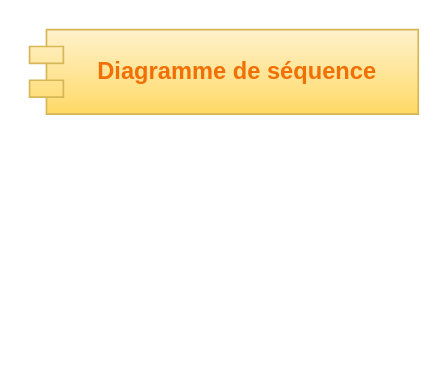
This is doc/Diagramme_de_sequence_02.drawio from MelissaHOA/EXO_Gestion_Ecole, a draw.io file, before an edit. Source tidied: cells renumbered, new cells numbered last; positions are measured from the earlier drawing's top-left corner, leaving out a move shared by most shapes. Both pictures are drawn from the tidied source at 169%, with x=0, y=0 at pixel (29, 29).
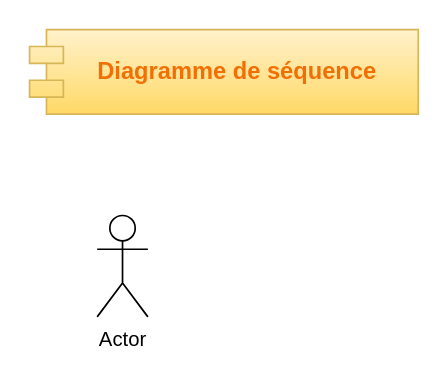
The same diagram, later.

Commit message (it also covers changes not shown here):
Mettre à jour Diagramme_de_sequence_02.drawio

The edit, as a diff of the source:
```diff
@@
 <mxGraphModel>
   <root>
     <mxCell id="0" />
     <mxCell id="1" parent="0" />
     <mxCell id="2" value="Diagramme de séquence&amp;nbsp;" style="shape=module;align=left;spacingLeft=20;align=center;verticalAlign=middle;whiteSpace=wrap;html=1;fillColor=#fff2cc;strokeColor=#d6b656;gradientColor=#ffd966;fontColor=#f16f04;labelBackgroundColor=none;fontStyle=1;fontSize=14;" parent="1" vertex="1">
       <mxGeometry width="230" height="50" as="geometry" />
     </mxCell>
+    <mxCell id="3" value="Actor" style="shape=umlActor;verticalLabelPosition=bottom;verticalAlign=top;html=1;" parent="1" vertex="1">
+      <mxGeometry x="40" y="110" width="30" height="60" as="geometry" />
+    </mxCell>
   </root>
 </mxGraphModel>
```
